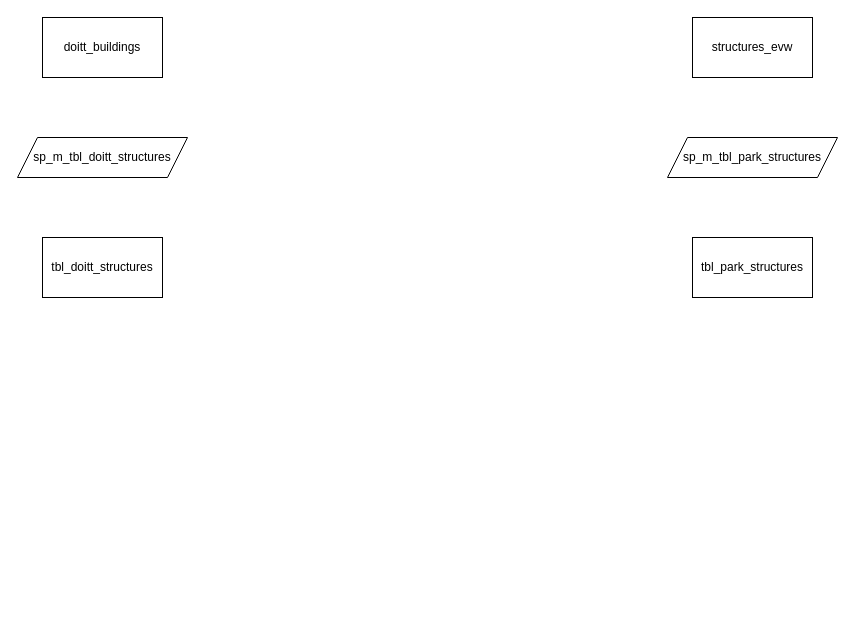
This is structuresdb_process.drawio from NYCParks-data/Structures, a draw.io file, before an edit. Source tidied: cells renumbered, new cells numbered last; positions are measured from the earlier drawing's top-left corner, leaving out a move shared by most shapes. Both pictures are drawn from the tidied source at 100%, with x=0, y=0 at pixel (17, 17).
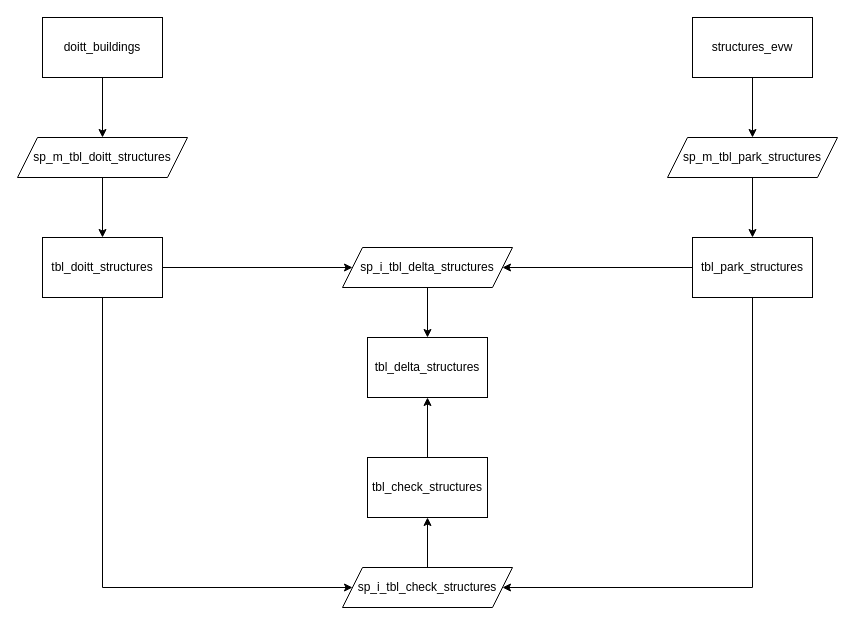
The same page after the edit.

Unchanged cells that the change refers to:
```xml
<mxCell id="2" value="doitt_buildings" style="rounded=0;whiteSpace=wrap;html=1;" parent="1" vertex="1">
  <mxGeometry x="25" width="120" height="60" as="geometry" />
</mxCell>
<mxCell id="3" value="structures_evw" style="rounded=0;whiteSpace=wrap;html=1;" parent="1" vertex="1">
  <mxGeometry x="675" width="120" height="60" as="geometry" />
</mxCell>
<mxCell id="4" value="sp_m_tbl_doitt_structures" style="shape=parallelogram;perimeter=parallelogramPerimeter;whiteSpace=wrap;html=1;fixedSize=1;" parent="1" vertex="1">
  <mxGeometry y="120" width="170" height="40" as="geometry" />
</mxCell>
<mxCell id="5" value="sp_m_tbl_park_structures" style="shape=parallelogram;perimeter=parallelogramPerimeter;whiteSpace=wrap;html=1;fixedSize=1;" parent="1" vertex="1">
  <mxGeometry x="650" y="120" width="170" height="40" as="geometry" />
</mxCell>
<mxCell id="6" value="tbl_doitt_structures" style="rounded=0;whiteSpace=wrap;html=1;" parent="1" vertex="1">
  <mxGeometry x="25" y="220" width="120" height="60" as="geometry" />
</mxCell>
<mxCell id="7" value="tbl_park_structures" style="rounded=0;whiteSpace=wrap;html=1;" parent="1" vertex="1">
  <mxGeometry x="675" y="220" width="120" height="60" as="geometry" />
</mxCell>
```

Diff of the diagram source:
```diff
@@
+    <mxCell id="8" style="edgeStyle=orthogonalEdgeStyle;rounded=0;jettySize=auto;html=1;exitX=0.5;exitY=1;exitDx=0;exitDy=0;entryX=0.5;entryY=0;entryDx=0;entryDy=0;" parent="1" edge="1" source="2" target="4">
+      <mxGeometry relative="1" as="geometry" />
+    </mxCell>
@@
+    <mxCell id="9" style="edgeStyle=orthogonalEdgeStyle;rounded=0;jettySize=auto;html=1;exitX=0.5;exitY=1;exitDx=0;exitDy=0;" parent="1" edge="1" source="3" target="5">
+      <mxGeometry relative="1" as="geometry" />
+    </mxCell>
@@
+    <mxCell id="10" style="edgeStyle=orthogonalEdgeStyle;rounded=0;jettySize=auto;html=1;exitX=0.5;exitY=1;exitDx=0;exitDy=0;entryX=0.5;entryY=0;entryDx=0;entryDy=0;" parent="1" edge="1" source="4" target="6">
+      <mxGeometry relative="1" as="geometry" />
+    </mxCell>
@@
+    <mxCell id="11" style="edgeStyle=orthogonalEdgeStyle;rounded=0;jettySize=auto;html=1;exitX=0.5;exitY=1;exitDx=0;exitDy=0;entryX=0.5;entryY=0;entryDx=0;entryDy=0;" parent="1" edge="1" source="5" target="7">
+      <mxGeometry relative="1" as="geometry" />
+    </mxCell>
@@
+    <mxCell id="12" style="edgeStyle=orthogonalEdgeStyle;rounded=0;jettySize=auto;html=1;exitX=1;exitY=0.5;exitDx=0;exitDy=0;" parent="1" edge="1" source="6" target="17">
+      <mxGeometry relative="1" as="geometry" />
+    </mxCell>
+    <mxCell id="13" style="edgeStyle=orthogonalEdgeStyle;rounded=0;jettySize=auto;html=1;exitX=0.5;exitY=1;exitDx=0;exitDy=0;entryX=0;entryY=0.5;entryDx=0;entryDy=0;" parent="1" edge="1" source="6" target="19">
+      <mxGeometry relative="1" as="geometry">
+        <Array as="points">
+          <mxPoint x="85" y="570" />
+        </Array>
+      </mxGeometry>
+    </mxCell>
@@
+    <mxCell id="14" style="edgeStyle=orthogonalEdgeStyle;rounded=0;jettySize=auto;html=1;exitX=0;exitY=0.5;exitDx=0;exitDy=0;" parent="1" edge="1" source="7" target="17">
+      <mxGeometry relative="1" as="geometry" />
+    </mxCell>
+    <mxCell id="15" style="edgeStyle=orthogonalEdgeStyle;rounded=0;jettySize=auto;html=1;exitX=0.5;exitY=1;exitDx=0;exitDy=0;entryX=1;entryY=0.5;entryDx=0;entryDy=0;" parent="1" edge="1" source="7" target="19">
+      <mxGeometry relative="1" as="geometry">
+        <Array as="points">
+          <mxPoint x="735" y="570" />
+        </Array>
+      </mxGeometry>
+    </mxCell>
@@
+    <mxCell id="16" style="edgeStyle=orthogonalEdgeStyle;rounded=0;jettySize=auto;html=1;exitX=0.5;exitY=1;exitDx=0;exitDy=0;" parent="1" edge="1" source="17" target="20">
+      <mxGeometry relative="1" as="geometry" />
+    </mxCell>
+    <mxCell id="17" value="sp_i_tbl_delta_structures" style="shape=parallelogram;perimeter=parallelogramPerimeter;whiteSpace=wrap;html=1;fixedSize=1;" parent="1" vertex="1">
+      <mxGeometry x="325" y="230" width="170" height="40" as="geometry" />
+    </mxCell>
+    <mxCell id="18" style="edgeStyle=orthogonalEdgeStyle;rounded=0;jettySize=auto;html=1;exitX=0.5;exitY=0;exitDx=0;exitDy=0;entryX=0.5;entryY=1;entryDx=0;entryDy=0;" parent="1" edge="1" source="19" target="22">
+      <mxGeometry relative="1" as="geometry" />
+    </mxCell>
+    <mxCell id="19" value="sp_i_tbl_check_structures" style="shape=parallelogram;perimeter=parallelogramPerimeter;whiteSpace=wrap;html=1;fixedSize=1;" parent="1" vertex="1">
+      <mxGeometry x="325" y="550" width="170" height="40" as="geometry" />
+    </mxCell>
+    <mxCell id="20" value="tbl_delta_structures" style="rounded=0;whiteSpace=wrap;html=1;" parent="1" vertex="1">
+      <mxGeometry x="350" y="320" width="120" height="60" as="geometry" />
+    </mxCell>
+    <mxCell id="21" style="edgeStyle=orthogonalEdgeStyle;rounded=0;jettySize=auto;html=1;exitX=0.5;exitY=0;exitDx=0;exitDy=0;entryX=0.5;entryY=1;entryDx=0;entryDy=0;" parent="1" edge="1" source="22" target="20">
+      <mxGeometry relative="1" as="geometry" />
+    </mxCell>
+    <mxCell id="22" value="tbl_check_structures" style="rounded=0;whiteSpace=wrap;html=1;" parent="1" vertex="1">
+      <mxGeometry x="350" y="440" width="120" height="60" as="geometry" />
+    </mxCell>
```
